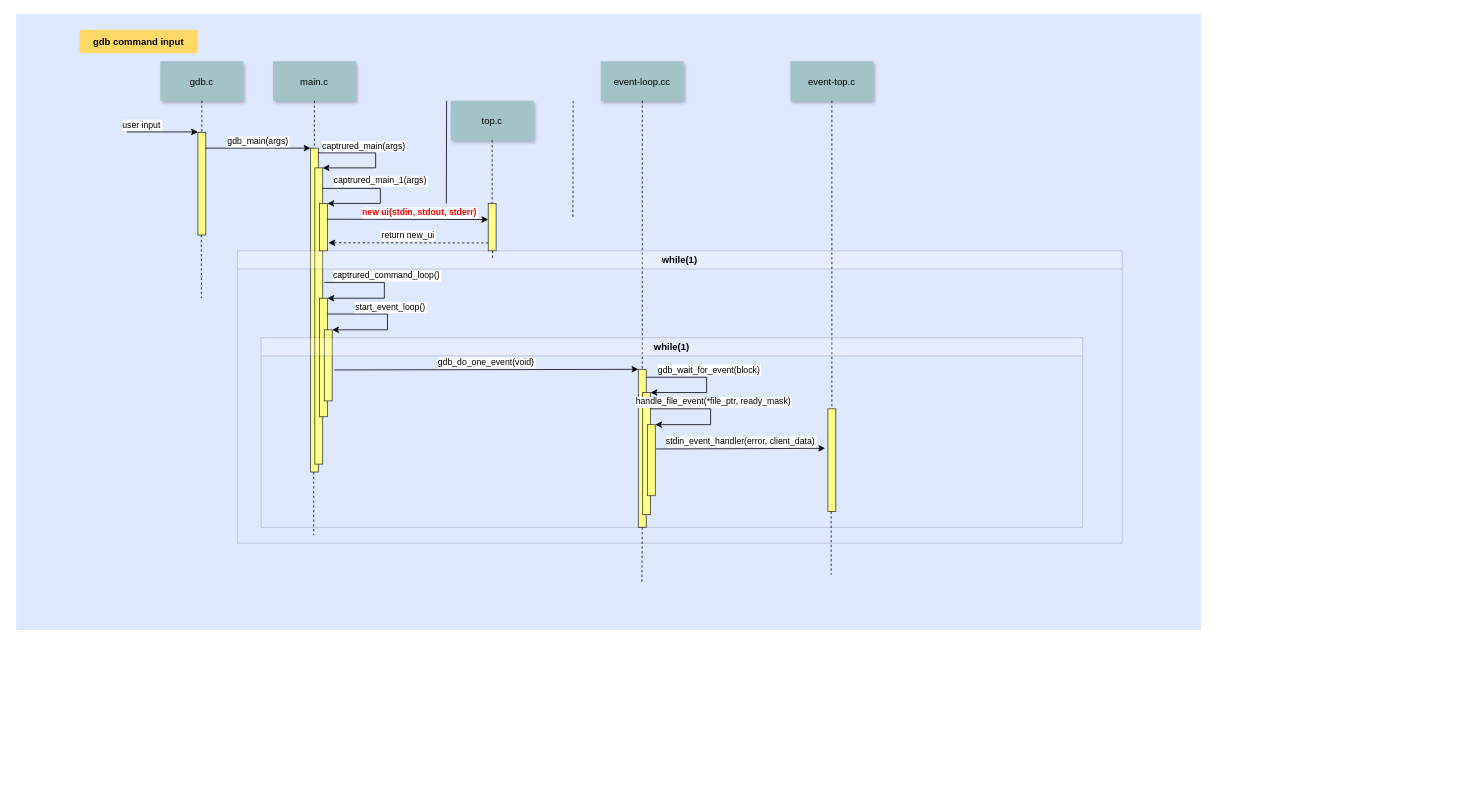
This is Biểu đồ không có tiêu đề.drawio from hieunguyenbv/gdb_flow, a draw.io file, before an edit. Source tidied: cells renumbered, new cells numbered last; positions are measured from the earlier drawing's top-left corner, leaving out a move shared by most shapes. Both pictures are drawn from the tidied source at 79%, with x=0, y=0 at pixel (16, 13).
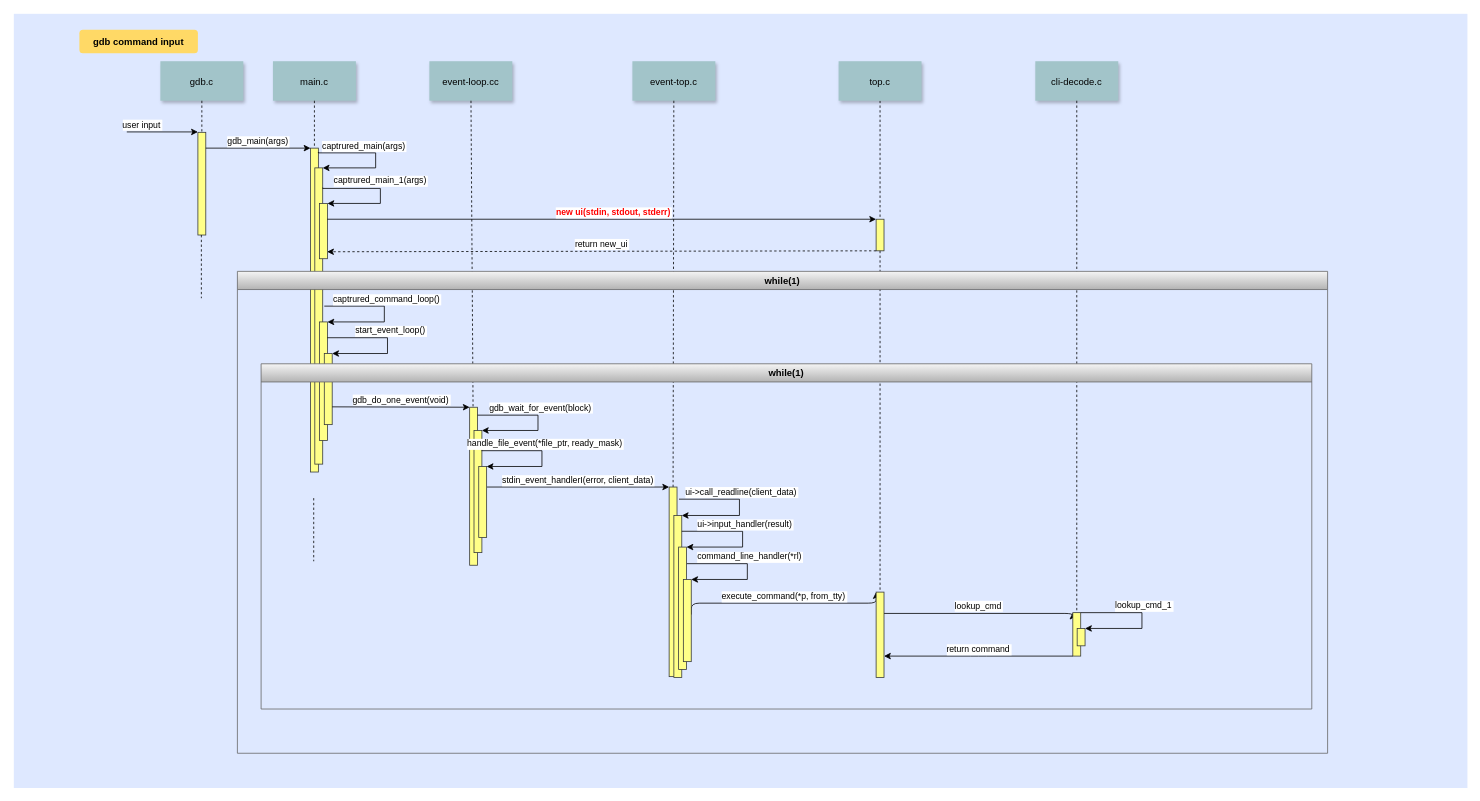
The same diagram, later.

Commit message:
Cập nhật Biểu đồ không có tiêu đề.drawio

Change to the diagram source:
```diff
@@
     <mxCell id="2" style="fillColor=#DEE8FF;strokeColor=none;" parent="1" vertex="1">
-      <mxGeometry width="1500" height="780" as="geometry" />
+      <mxGeometry x="-3" width="1840" height="980" as="geometry" />
     </mxCell>
@@
-    <mxCell id="11" style="edgeStyle=none;endArrow=none;" parent="1" edge="1">
-      <mxGeometry x="437" y="270" as="geometry">
-        <mxPoint x="544.8" y="110" as="sourcePoint" />
-        <mxPoint x="544.5" y="240" as="targetPoint" />
-      </mxGeometry>
-    </mxCell>
-    <mxCell id="12" style="edgeStyle=none;endArrow=none;dashed=1;" parent="1" edge="1">
-      <mxGeometry x="614.5" y="175" as="geometry">
-        <mxPoint x="705" y="110" as="sourcePoint" />
-        <mxPoint x="704.7" y="260" as="targetPoint" />
-      </mxGeometry>
-    </mxCell>
-    <mxCell id="13" value="event-loop.cc" style="shadow=1;fillColor=#A2C4C9;strokeColor=none;" parent="1" vertex="1">
-      <mxGeometry x="740" y="60" width="105" height="50" as="geometry" />
-    </mxCell>
-    <mxCell id="14" style="edgeStyle=none;endArrow=none;dashed=1;" parent="1" edge="1" source="13" target="36">
-      <mxGeometry x="727.3" y="165" as="geometry" />
-    </mxCell>
@@
-    <mxCell id="17" value="captrured_command_loop()" style="edgeStyle=orthogonalEdgeStyle;verticalLabelPosition=top;verticalAlign=bottom;flowAnimation=0;rounded=0;strokeColor=default;jumpStyle=none;shadow=0;comic=0;noJump=0;entryX=1;entryY=0;entryDx=0;entryDy=0;" parent="1" edge="1" target="21">
-      <mxGeometry as="geometry">
-        <mxPoint x="390" y="340" as="sourcePoint" />
-        <Array as="points">
-          <mxPoint x="466" y="340" />
-          <mxPoint x="466" y="360" />
-        </Array>
-        <mxPoint x="77" y="-10" as="offset" />
-      </mxGeometry>
-    </mxCell>
@@
     <mxCell id="19" style="fillColor=#ffff88;strokeColor=#36393d;" parent="1" vertex="1">
-      <mxGeometry x="384" y="240" width="10" height="60" as="geometry" />
+      <mxGeometry x="384" y="240" width="10" height="70" as="geometry" />
     </mxCell>
@@
-    <mxCell id="21" style="fillColor=#ffff88;strokeColor=#36393d;" parent="1" vertex="1">
-      <mxGeometry x="384" y="360" width="10" height="150" as="geometry" />
-    </mxCell>
-    <mxCell id="22" value="while(1)" style="swimlane;whiteSpace=wrap;html=1;opacity=20;swimlaneFillColor=none;" parent="1" vertex="1">
-      <mxGeometry x="280" y="300" width="1120" height="370" as="geometry" />
-    </mxCell>
-    <mxCell id="23" value="top.c" style="shadow=1;fillColor=#A2C4C9;strokeColor=none;" parent="1" vertex="1">
-      <mxGeometry x="550" y="110" width="105" height="50" as="geometry" />
-    </mxCell>
-    <mxCell id="24" style="edgeStyle=none;endArrow=none;dashed=1;" parent="1" edge="1" source="26">
-      <mxGeometry x="272.3" y="165" as="geometry">
-        <mxPoint x="603" y="310" as="targetPoint" />
-      </mxGeometry>
-    </mxCell>
-    <mxCell id="25" style="edgeStyle=none;endArrow=none;dashed=1;" parent="1" edge="1" source="23" target="26">
-      <mxGeometry x="272.3" y="165" as="geometry" />
-    </mxCell>
     <mxCell id="26" style="fillColor=#ffff88;strokeColor=#36393d;" parent="1" vertex="1">
-      <mxGeometry x="597.5" y="240" width="10" height="60" as="geometry" />
+      <mxGeometry x="1088.5" y="260" width="10" height="40" as="geometry" />
     </mxCell>
-    <mxCell id="27" value="new ui(stdin, stdout, stderr)" style="edgeStyle=none;verticalLabelPosition=top;verticalAlign=bottom;entryX=0;entryY=0.5;entryDx=0;entryDy=0;strokeColor=default;fontStyle=1;fontColor=#ff0000;" parent="1" edge="1">
+    <mxCell id="27" value="new ui(stdin, stdout, stderr)" style="edgeStyle=none;verticalLabelPosition=top;verticalAlign=bottom;entryX=0;entryY=0;entryDx=0;entryDy=0;strokeColor=default;fontStyle=1;fontColor=#ff0000;" parent="1" edge="1" target="26">
       <mxGeometry as="geometry">
         <mxPoint x="393.8" y="260" as="sourcePoint" />
-        <mxPoint x="597.5" y="260.4" as="targetPoint" />
         <mxPoint x="15" as="offset" />
       </mxGeometry>
     </mxCell>
-    <mxCell id="28" value="return new_ui" style="edgeStyle=none;verticalLabelPosition=top;verticalAlign=bottom;entryX=1.131;entryY=0.83;entryDx=0;entryDy=0;entryPerimeter=0;dashed=1;" parent="1" edge="1" target="19">
-      <mxGeometry x="220" y="92" as="geometry">
-        <mxPoint x="597.5" y="290" as="sourcePoint" />
-      </mxGeometry>
+    <mxCell id="28" value="return new_ui" style="edgeStyle=none;verticalLabelPosition=top;verticalAlign=bottom;entryX=0.96;entryY=0.874;entryDx=0;entryDy=0;dashed=1;exitX=0;exitY=1;exitDx=0;exitDy=0;entryPerimeter=0;" parent="1" edge="1" source="26" target="19">
+      <mxGeometry x="220" y="92" as="geometry" />
     </mxCell>
+    <mxCell id="42" style="edgeStyle=none;endArrow=none;dashed=1;exitX=0.5;exitY=1;exitDx=0;exitDy=0;" parent="1" edge="1">
+      <mxGeometry x="96.6" y="-70.3" as="geometry">
+        <mxPoint x="234.4" y="280" as="sourcePoint" />
+        <mxPoint x="234.4" y="360" as="targetPoint" />
+      </mxGeometry>
+    </mxCell>
+    <mxCell id="46" style="group;" parent="1" vertex="1">
+      <mxGeometry x="780" y="60" width="105" height="50" as="geometry" />
+    </mxCell>
-    <mxCell id="29" value="event-top.c" style="shadow=1;fillColor=#A2C4C9;strokeColor=none;" parent="1" vertex="1">
-      <mxGeometry x="980" y="60" width="105" height="50" as="geometry" />
+    <mxCell id="29" value="event-top.c" style="shadow=1;fillColor=#A2C4C9;strokeColor=none;" parent="46" vertex="1">
+      <mxGeometry width="105" height="50" as="geometry" />
     </mxCell>
+    <mxCell id="47" style="group;" parent="1" vertex="1">
+      <mxGeometry x="523" y="60" width="105" height="50" as="geometry" />
+    </mxCell>
+    <mxCell id="13" value="event-loop.cc" style="shadow=1;fillColor=#A2C4C9;strokeColor=none;" parent="47" vertex="1">
+      <mxGeometry width="105" height="50" as="geometry" />
+    </mxCell>
+    <mxCell id="25" style="edgeStyle=none;endArrow=none;dashed=1;exitX=0.5;exitY=1;exitDx=0;exitDy=0;entryX=0.5;entryY=0;entryDx=0;entryDy=0;" parent="1" edge="1" source="23" target="26">
+      <mxGeometry x="1907.3" y="225" as="geometry" />
+    </mxCell>
+    <mxCell id="23" value="top.c" style="shadow=1;fillColor=#A2C4C9;strokeColor=none;" parent="1" vertex="1">
+      <mxGeometry x="1041" y="60" width="105" height="50" as="geometry" />
+    </mxCell>
+    <mxCell id="48" value="cli-decode.c" style="shadow=1;fillColor=#A2C4C9;strokeColor=none;" parent="1" vertex="1">
+      <mxGeometry x="1290" y="60" width="105" height="50" as="geometry" />
+    </mxCell>
+    <mxCell id="49" style="edgeStyle=none;endArrow=none;dashed=1;entryX=0.5;entryY=0;entryDx=0;entryDy=0;exitX=0.5;exitY=1;exitDx=0;exitDy=0;" parent="1" edge="1" source="48" target="51">
+      <mxGeometry x="2147.3" y="225" as="geometry" />
+    </mxCell>
     <mxCell id="30" style="edgeStyle=none;endArrow=none;dashed=1;entryX=0.5;entryY=0;entryDx=0;entryDy=0;" parent="1" edge="1" source="29" target="31">
-      <mxGeometry x="727.3" y="165" as="geometry" />
+      <mxGeometry x="1677.3" y="225" as="geometry" />
     </mxCell>
+    <mxCell id="14" style="edgeStyle=none;endArrow=none;dashed=1;" parent="1" edge="1" source="13" target="36">
+      <mxGeometry x="1237.3" y="225" as="geometry" />
+    </mxCell>
+    <mxCell id="50" value="lookup_cmd" style="edgeStyle=elbowEdgeStyle;elbow=vertical;verticalLabelPosition=top;verticalAlign=bottom;entryX=0;entryY=0;entryDx=0;entryDy=0;exitX=1;exitY=0.25;exitDx=0;exitDy=0;" parent="1" edge="1" source="64" target="51">
+      <mxGeometry x="1495.4" y="693.7" as="geometry" />
+    </mxCell>
+    <mxCell id="51" style="fillColor=#ffff88;strokeColor=#36393d;" parent="1" vertex="1">
+      <mxGeometry x="1337.5" y="758" width="10" height="55" as="geometry" />
+    </mxCell>
+    <mxCell id="52" value="return command" style="edgeStyle=elbowEdgeStyle;elbow=vertical;verticalLabelPosition=top;verticalAlign=bottom;entryX=1;entryY=0.75;entryDx=0;entryDy=0;exitX=0;exitY=1;exitDx=0;exitDy=0;" parent="1" edge="1" source="51" target="64">
+      <mxGeometry x="1510" y="696.7" as="geometry" />
+    </mxCell>
+    <mxCell id="53" value="lookup_cmd_1" style="edgeStyle=orthogonalEdgeStyle;verticalLabelPosition=top;verticalAlign=bottom;flowAnimation=0;rounded=0;strokeColor=default;jumpStyle=none;shadow=0;comic=0;noJump=0;entryX=1;entryY=0;entryDx=0;entryDy=0;exitX=1;exitY=0;exitDx=0;exitDy=0;" parent="1" edge="1" source="51" target="61">
+      <mxGeometry x="360" y="-375" as="geometry">
+        <Array as="points">
+          <mxPoint x="1425" y="758" />
+          <mxPoint x="1425" y="778" />
+        </Array>
+        <mxPoint x="77" y="-10" as="offset" />
+      </mxGeometry>
+    </mxCell>
+    <mxCell id="54" style="group;strokeWidth=4;" parent="1" vertex="1">
+      <mxGeometry x="826.5" y="599" width="222.5" height="240" as="geometry" />
+    </mxCell>
-    <mxCell id="31" style="fillColor=#ffff88;strokeColor=#36393d;" parent="1" vertex="1">
-      <mxGeometry x="1027.5" y="500" width="10" height="130" as="geometry" />
+    <mxCell id="31" style="fillColor=#ffff88;strokeColor=#36393d;" parent="54" vertex="1">
+      <mxGeometry width="10" height="240" as="geometry" />
     </mxCell>
-    <mxCell id="32" value="stdin_event_handler(error, client_data)" style="edgeStyle=elbowEdgeStyle;elbow=vertical;verticalLabelPosition=top;verticalAlign=bottom;entryX=-0.1;entryY=0.362;entryDx=0;entryDy=0;entryPerimeter=0;" parent="1" edge="1">
-      <mxGeometry x="250" y="-38.3" as="geometry">
-        <mxPoint x="810" y="550.8" as="sourcePoint" />
-        <mxPoint x="1024" y="550" as="targetPoint" />
+    <mxCell id="32" value="execute_command(*p, from_tty)" style="edgeStyle=elbowEdgeStyle;elbow=vertical;verticalLabelPosition=top;verticalAlign=bottom;entryX=0;entryY=0;entryDx=0;entryDy=0;" parent="54" edge="1" target="64">
+      <mxGeometry x="1253.5" y="516.7" as="geometry">
+        <mxPoint x="28" y="161.4" as="sourcePoint" />
       </mxGeometry>
     </mxCell>
-    <mxCell id="33" style="edgeStyle=none;endArrow=none;dashed=1;exitX=0.5;exitY=1;exitDx=0;exitDy=0;" parent="1" edge="1" source="36">
-      <mxGeometry x="376.6" y="339.7" as="geometry">
-        <mxPoint x="792" y="720" as="targetPoint" />
-      </mxGeometry>
-    </mxCell>
+    <mxCell id="55" value="ui-&gt;call_readline(client_data)" style="edgeStyle=orthogonalEdgeStyle;verticalLabelPosition=top;verticalAlign=bottom;flowAnimation=0;rounded=0;strokeColor=default;jumpStyle=none;shadow=0;comic=0;noJump=0;entryX=1;entryY=0;entryDx=0;entryDy=0;exitX=1.248;exitY=0.064;exitDx=0;exitDy=0;exitPerimeter=0;" parent="54" edge="1" source="31" target="57">
+      <mxGeometry x="393.5" y="-145" as="geometry">
+        <Array as="points">
+          <mxPoint x="89" y="15" />
+          <mxPoint x="89" y="36" />
+        </Array>
+        <mxPoint x="77" y="-10" as="offset" />
+      </mxGeometry>
+    </mxCell>
+    <mxCell id="56" value="command_line_handler(*rl)" style="edgeStyle=orthogonalEdgeStyle;verticalLabelPosition=top;verticalAlign=bottom;flowAnimation=0;rounded=0;strokeColor=default;jumpStyle=none;shadow=0;comic=0;noJump=0;entryX=1;entryY=0;entryDx=0;entryDy=0;" parent="54" edge="1" target="60">
+      <mxGeometry x="103.5" y="-555" as="geometry">
+        <mxPoint x="22" y="97" as="sourcePoint" />
+        <Array as="points">
+          <mxPoint x="99" y="97" />
+          <mxPoint x="99" y="117" />
+        </Array>
+        <mxPoint x="77" y="-10" as="offset" />
+      </mxGeometry>
+    </mxCell>
+    <mxCell id="57" style="fillColor=#ffff88;strokeColor=#36393d;" parent="54" vertex="1">
+      <mxGeometry x="6" y="36" width="10" height="205" as="geometry" />
+    </mxCell>
+    <mxCell id="58" value="ui-&gt;input_handler(result)" style="edgeStyle=orthogonalEdgeStyle;verticalLabelPosition=top;verticalAlign=bottom;flowAnimation=0;rounded=0;strokeColor=default;jumpStyle=none;shadow=0;comic=0;noJump=0;entryX=1;entryY=0;entryDx=0;entryDy=0;" parent="54" edge="1" target="59">
+      <mxGeometry x="393.5" y="-144" as="geometry">
+        <mxPoint x="16" y="56" as="sourcePoint" />
+        <Array as="points">
+          <mxPoint x="93" y="56" />
+          <mxPoint x="93" y="76" />
+        </Array>
+        <mxPoint x="77" y="-10" as="offset" />
+      </mxGeometry>
+    </mxCell>
+    <mxCell id="59" style="fillColor=#ffff88;strokeColor=#36393d;" parent="54" vertex="1">
+      <mxGeometry x="12" y="76" width="10" height="155" as="geometry" />
+    </mxCell>
+    <mxCell id="60" style="fillColor=#ffff88;strokeColor=#36393d;" parent="54" vertex="1">
+      <mxGeometry x="18" y="117" width="10" height="104" as="geometry" />
+    </mxCell>
+    <mxCell id="61" style="fillColor=#ffff88;strokeColor=#36393d;" parent="1" vertex="1">
+      <mxGeometry x="1343" y="778" width="10" height="22" as="geometry" />
+    </mxCell>
+    <mxCell id="62" style="edgeStyle=none;endArrow=none;dashed=1;exitX=0.5;exitY=1;exitDx=0;exitDy=0;entryX=0.5;entryY=0;entryDx=0;entryDy=0;" parent="1" edge="1" source="26" target="64">
+      <mxGeometry x="1907.3" y="225" as="geometry" />
+    </mxCell>
+    <mxCell id="63" value="stdin_event_handlerI(error, client_data)" style="edgeStyle=elbowEdgeStyle;elbow=horizontal;verticalLabelPosition=top;verticalAlign=bottom;entryX=0;entryY=0;entryDx=0;entryDy=0;exitX=1.049;exitY=0.289;exitDx=0;exitDy=0;exitPerimeter=0;" parent="1" edge="1" source="40" target="31">
+      <mxGeometry x="580" y="374.7" as="geometry">
+        <Array as="points">
+          <mxPoint x="730" y="600" />
+        </Array>
+      </mxGeometry>
+    </mxCell>
+    <mxCell id="17" value="captrured_command_loop()" style="edgeStyle=orthogonalEdgeStyle;verticalLabelPosition=top;verticalAlign=bottom;flowAnimation=0;rounded=0;strokeColor=default;jumpStyle=none;shadow=0;comic=0;noJump=0;entryX=1;entryY=0;entryDx=0;entryDy=0;" parent="1" edge="1" target="21">
+      <mxGeometry x="250" y="330" as="geometry">
+        <mxPoint x="390" y="370" as="sourcePoint" />
+        <Array as="points">
+          <mxPoint x="466" y="370" />
+          <mxPoint x="466" y="390" />
+        </Array>
+        <mxPoint x="77" y="-10" as="offset" />
+      </mxGeometry>
+    </mxCell>
+    <mxCell id="21" style="fillColor=#ffff88;strokeColor=#36393d;" parent="1" vertex="1">
+      <mxGeometry x="384" y="390" width="10" height="150" as="geometry" />
+    </mxCell>
+    <mxCell id="22" value="while(1)" style="swimlane;whiteSpace=wrap;html=1;swimlaneFillColor=none;fillColor=#f5f5f5;strokeColor=#666666;gradientColor=#b3b3b3;" parent="1" vertex="1">
+      <mxGeometry x="280" y="326" width="1380" height="610" as="geometry" />
+    </mxCell>
     <mxCell id="34" value="start_event_loop()" style="edgeStyle=orthogonalEdgeStyle;verticalLabelPosition=top;verticalAlign=bottom;flowAnimation=0;rounded=0;strokeColor=default;jumpStyle=none;shadow=0;comic=0;noJump=0;entryX=1;entryY=0;entryDx=0;entryDy=0;" parent="1" edge="1" target="43">
-      <mxGeometry as="geometry">
-        <mxPoint x="393.8" y="380" as="sourcePoint" />
+      <mxGeometry x="250" y="330" as="geometry">
+        <mxPoint x="393.8" y="410" as="sourcePoint" />
         <Array as="points">
-          <mxPoint x="470" y="380" />
-          <mxPoint x="470" y="400" />
+          <mxPoint x="470" y="410" />
+          <mxPoint x="470" y="430" />
         </Array>
         <mxPoint x="77" y="-10" as="offset" />
       </mxGeometry>
     </mxCell>
+    <mxCell id="43" style="fillColor=#ffff88;strokeColor=#36393d;" parent="1" vertex="1">
+      <mxGeometry x="390" y="430" width="10" height="90" as="geometry" />
+    </mxCell>
-    <mxCell id="35" value="gdb_do_one_event(void)" style="edgeStyle=elbowEdgeStyle;elbow=vertical;verticalLabelPosition=top;verticalAlign=bottom;entryX=0;entryY=0;entryDx=0;entryDy=0;" parent="1" edge="1" target="36">
-      <mxGeometry x="550" y="261.7" as="geometry">
-        <mxPoint x="402.5" y="450.8" as="sourcePoint" />
-      </mxGeometry>
+    <mxCell id="35" value="gdb_do_one_event(void)" style="edgeStyle=elbowEdgeStyle;elbow=vertical;verticalLabelPosition=top;verticalAlign=bottom;entryX=0;entryY=0;entryDx=0;entryDy=0;exitX=1;exitY=0.75;exitDx=0;exitDy=0;" parent="1" edge="1" source="43" target="36">
+      <mxGeometry x="830" y="704.7" as="geometry" />
     </mxCell>
+    <mxCell id="64" style="fillColor=#ffff88;strokeColor=#36393d;" parent="1" vertex="1">
+      <mxGeometry x="1088.5" y="732" width="10" height="108" as="geometry" />
+    </mxCell>
+    <mxCell id="65" style="group;" parent="1" vertex="1">
+      <mxGeometry x="574" y="498" width="91.5" height="200" as="geometry" />
+    </mxCell>
-    <mxCell id="36" style="fillColor=#ffff88;strokeColor=#36393d;" parent="1" vertex="1">
-      <mxGeometry x="787.5" y="450" width="10" height="200" as="geometry" />
+    <mxCell id="36" style="fillColor=#ffff88;strokeColor=#36393d;" parent="65" vertex="1">
+      <mxGeometry width="10" height="200" as="geometry" />
     </mxCell>
-    <mxCell id="37" style="fillColor=#ffff88;strokeColor=#36393d;" parent="1" vertex="1">
-      <mxGeometry x="793" y="479.4" width="10" height="154.6" as="geometry" />
+    <mxCell id="37" style="fillColor=#ffff88;strokeColor=#36393d;" parent="65" vertex="1">
+      <mxGeometry x="5.5" y="29.4" width="10" height="154.6" as="geometry" />
     </mxCell>
-    <mxCell id="38" value="gdb_wait_for_event(block)" style="edgeStyle=orthogonalEdgeStyle;verticalLabelPosition=top;verticalAlign=bottom;flowAnimation=0;rounded=0;strokeColor=default;jumpStyle=none;shadow=0;comic=0;noJump=0;entryX=1;entryY=0;entryDx=0;entryDy=0;" parent="1" edge="1" target="37">
+    <mxCell id="38" value="gdb_wait_for_event(block)" style="edgeStyle=orthogonalEdgeStyle;verticalLabelPosition=top;verticalAlign=bottom;flowAnimation=0;rounded=0;strokeColor=default;jumpStyle=none;shadow=0;comic=0;noJump=0;entryX=1;entryY=0;entryDx=0;entryDy=0;" parent="65" edge="1" target="37">
       <mxGeometry x="-300" y="-290" as="geometry">
-        <mxPoint x="797.5" y="460" as="sourcePoint" />
+        <mxPoint x="10" y="10" as="sourcePoint" />
         <Array as="points">
-          <mxPoint x="874" y="460" />
-          <mxPoint x="874" y="479" />
+          <mxPoint x="86.5" y="10" />
+          <mxPoint x="86.5" y="29" />
         </Array>
         <mxPoint x="77" y="-10" as="offset" />
       </mxGeometry>
     </mxCell>
-    <mxCell id="39" value="handle_file_event(*file_ptr, ready_mask)" style="edgeStyle=orthogonalEdgeStyle;verticalLabelPosition=top;verticalAlign=bottom;flowAnimation=0;rounded=0;strokeColor=default;jumpStyle=none;shadow=0;comic=0;noJump=0;entryX=1;entryY=0;entryDx=0;entryDy=0;" parent="1" edge="1" target="40">
+    <mxCell id="39" value="handle_file_event(*file_ptr, ready_mask)" style="edgeStyle=orthogonalEdgeStyle;verticalLabelPosition=top;verticalAlign=bottom;flowAnimation=0;rounded=0;strokeColor=default;jumpStyle=none;shadow=0;comic=0;noJump=0;entryX=1;entryY=0;entryDx=0;entryDy=0;" parent="65" edge="1" target="40">
       <mxGeometry x="-610" y="-700" as="geometry">
-        <mxPoint x="802.5" y="500" as="sourcePoint" />
+        <mxPoint x="15" y="55" as="sourcePoint" />
         <Array as="points">
-          <mxPoint x="879" y="500" />
-          <mxPoint x="879" y="520" />
+          <mxPoint x="91.5" y="55" />
+          <mxPoint x="91.5" y="75" />
         </Array>
         <mxPoint x="77" y="-10" as="offset" />
       </mxGeometry>
     </mxCell>
-    <mxCell id="40" style="fillColor=#ffff88;strokeColor=#36393d;" parent="1" vertex="1">
-      <mxGeometry x="799" y="520" width="10" height="90" as="geometry" />
+    <mxCell id="40" style="fillColor=#ffff88;strokeColor=#36393d;" parent="65" vertex="1">
+      <mxGeometry x="11.5" y="75" width="10" height="90" as="geometry" />
     </mxCell>
-    <mxCell id="41" style="edgeStyle=none;endArrow=none;dashed=1;exitX=0.5;exitY=1;exitDx=0;exitDy=0;" parent="1" edge="1">
-      <mxGeometry x="376.6" y="339.7" as="geometry">
-        <mxPoint x="1031.6" y="630" as="sourcePoint" />
-        <mxPoint x="1031.6" y="710" as="targetPoint" />
-      </mxGeometry>
-    </mxCell>
-    <mxCell id="42" style="edgeStyle=none;endArrow=none;dashed=1;exitX=0.5;exitY=1;exitDx=0;exitDy=0;" parent="1" edge="1">
-      <mxGeometry x="96.6" y="-70.3" as="geometry">
-        <mxPoint x="234.4" y="280" as="sourcePoint" />
-        <mxPoint x="234.4" y="360" as="targetPoint" />
-      </mxGeometry>
-    </mxCell>
-    <mxCell id="43" style="fillColor=#ffff88;strokeColor=#36393d;" parent="1" vertex="1">
-      <mxGeometry x="390" y="400" width="10" height="90" as="geometry" />
-    </mxCell>
-    <mxCell id="44" value="while(1)" style="swimlane;whiteSpace=wrap;html=1;opacity=20;" parent="1" vertex="1">
-      <mxGeometry x="310" y="410" width="1040" height="240" as="geometry" />
+    <mxCell id="44" value="while(1)" style="swimlane;whiteSpace=wrap;html=1;fillColor=#f5f5f5;strokeColor=#666666;gradientColor=#b3b3b3;" parent="1" vertex="1">
+      <mxGeometry x="310" y="443" width="1330" height="437" as="geometry" />
     </mxCell>
```
